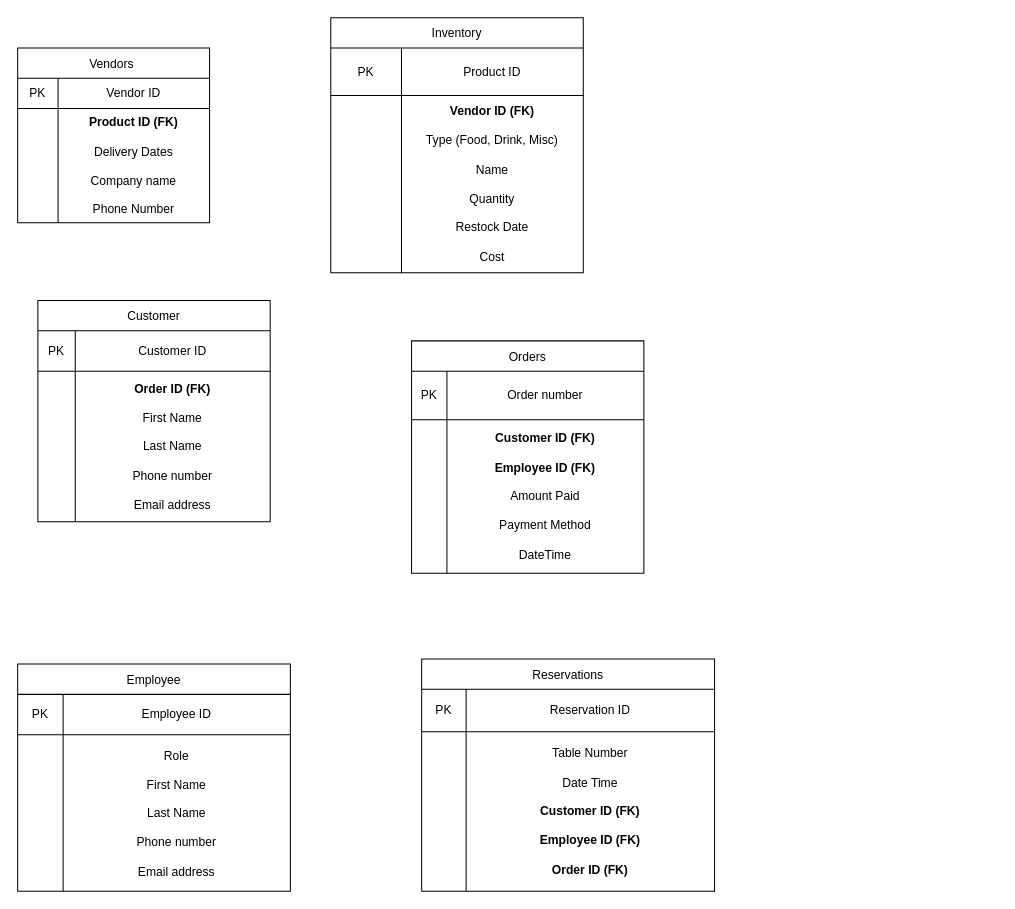
Above: 2.A_Diagramming Your Database_Guerrero.V.drawio in Vanessa-Guerrero/W2_Exercises (draw.io), before the change. Source tidied: cells renumbered, new cells numbered last; positions are measured from the earlier drawing's top-left corner, leaving out a move shared by most shapes. Both pictures are drawn from the tidied source at 101%, with x=0, y=0 at pixel (17, 17).
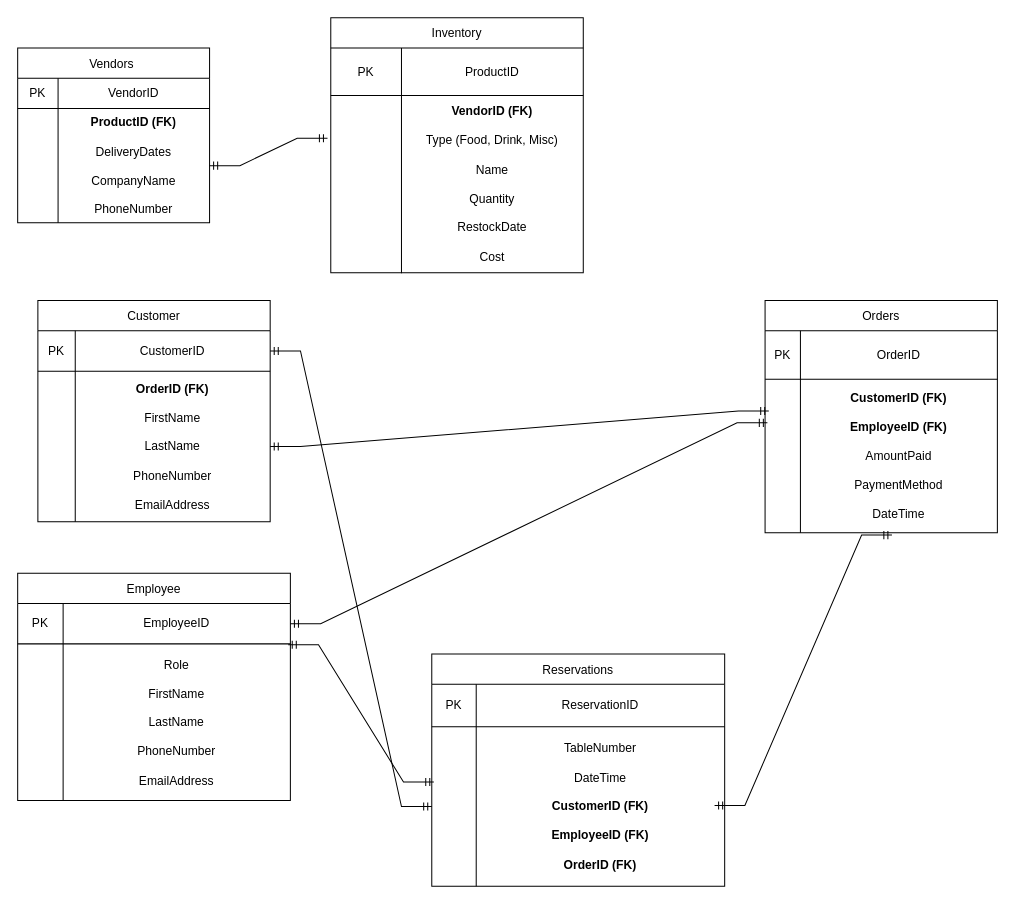
Above is the later version.

The change refers to these unchanged cells:
```xml
<mxCell id="3" style="shape=tableRow;horizontal=0;startSize=0;swimlaneHead=0;swimlaneBody=0;strokeColor=inherit;top=0;left=0;bottom=0;right=0;fillColor=none;" parent="2" vertex="1">
  <mxGeometry y="30" width="190" height="30" as="geometry" />
</mxCell>
<mxCell id="6" style="shape=tableRow;horizontal=0;startSize=0;swimlaneHead=0;swimlaneBody=0;strokeColor=inherit;top=0;left=0;bottom=0;right=0;fillColor=none;points=[[0,0.5],[1,0.5]];portConstraint=eastwest;" parent="2" vertex="1">
  <mxGeometry y="60" width="190" height="113" as="geometry" />
</mxCell>
<mxCell id="10" style="shape=tableRow;horizontal=0;startSize=0;swimlaneHead=0;swimlaneBody=0;strokeColor=inherit;top=0;left=0;bottom=0;right=0;fillColor=none;" parent="9" vertex="1">
  <mxGeometry y="30" width="230" height="48" as="geometry" />
</mxCell>
<mxCell id="13" style="shape=tableRow;horizontal=0;startSize=0;swimlaneHead=0;swimlaneBody=0;strokeColor=inherit;top=0;left=0;bottom=0;right=0;fillColor=none;points=[[0,0.5],[1,0.5]];portConstraint=eastwest;" parent="9" vertex="1">
  <mxGeometry y="78" width="230" height="152" as="geometry" />
</mxCell>
<mxCell id="17" style="shape=tableRow;horizontal=0;startSize=0;swimlaneHead=0;swimlaneBody=0;strokeColor=inherit;top=0;left=0;bottom=0;right=0;fillColor=none;points=[[0,0.5],[1,0.5]];portConstraint=eastwest;" parent="16" vertex="1">
  <mxGeometry y="30" width="230" height="40" as="geometry" />
</mxCell>
<mxCell id="20" style="shape=tableRow;horizontal=0;startSize=0;swimlaneHead=0;swimlaneBody=0;strokeColor=inherit;top=0;left=0;bottom=0;right=0;fillColor=none;points=[[0,0.5],[1,0.5]];portConstraint=eastwest;" parent="16" vertex="1">
  <mxGeometry y="70" width="230" height="149" as="geometry" />
</mxCell>
<mxCell id="24" style="shape=tableRow;horizontal=0;startSize=0;swimlaneHead=0;swimlaneBody=0;strokeColor=inherit;top=0;left=0;bottom=0;right=0;fillColor=none;points=[[0,0.5],[1,0.5]];portConstraint=eastwest;" parent="23" vertex="1">
  <mxGeometry y="30" width="270" height="40" as="geometry" />
</mxCell>
<mxCell id="27" style="shape=tableRow;horizontal=0;startSize=0;swimlaneHead=0;swimlaneBody=0;strokeColor=inherit;top=0;left=0;bottom=0;right=0;fillColor=none;" parent="23" vertex="1">
  <mxGeometry y="70" width="270" height="155" as="geometry" />
</mxCell>
<mxCell id="31" style="shape=tableRow;horizontal=0;startSize=0;swimlaneHead=0;swimlaneBody=0;strokeColor=inherit;top=0;left=0;bottom=0;right=0;fillColor=none;" parent="30" vertex="1">
  <mxGeometry y="30" width="250" height="47" as="geometry" />
</mxCell>
<mxCell id="34" style="shape=tableRow;horizontal=0;startSize=0;swimlaneHead=0;swimlaneBody=0;strokeColor=inherit;top=0;left=0;bottom=0;right=0;fillColor=none;points=[[0,0.5],[1,0.5]];portConstraint=eastwest;" parent="30" vertex="1">
  <mxGeometry y="77" width="250" height="176" as="geometry" />
</mxCell>
<mxCell id="38" style="shape=tableRow;horizontal=0;startSize=0;swimlaneHead=0;swimlaneBody=0;strokeColor=inherit;top=0;left=0;bottom=0;right=0;fillColor=none;" parent="37" vertex="1">
  <mxGeometry y="30" width="290" height="42" as="geometry" />
</mxCell>
<mxCell id="41" style="shape=tableRow;horizontal=0;startSize=0;swimlaneHead=0;swimlaneBody=0;strokeColor=inherit;top=0;left=0;bottom=0;right=0;fillColor=none;points=[[0,0.5],[1,0.5]];portConstraint=eastwest;" parent="37" vertex="1">
  <mxGeometry y="72" width="290" height="158" as="geometry" />
</mxCell>
```

Diff of the diagram source:
```diff
@@
-    <mxCell id="5" value="Vendor ID" style="shape=partialRectangle;html=1;whiteSpace=wrap;strokeColor=inherit;overflow=hidden;fillColor=none;top=0;left=0;bottom=0;right=0;" parent="3" vertex="1">
+    <mxCell id="5" value="VendorID" style="shape=partialRectangle;html=1;whiteSpace=wrap;strokeColor=inherit;overflow=hidden;fillColor=none;top=0;left=0;bottom=0;right=0;" parent="3" vertex="1">
       <mxGeometry x="40" width="150" height="30" as="geometry" />
     </mxCell>
@@
-    <mxCell id="8" value="&lt;b&gt;Product ID (FK)&lt;/b&gt;&lt;div&gt;&lt;b&gt;&lt;br&gt;&lt;/b&gt;&lt;/div&gt;&lt;div&gt;Delivery Dates&lt;/div&gt;&lt;div&gt;&lt;br&gt;&lt;/div&gt;&lt;div&gt;Company name&lt;br&gt;&lt;/div&gt;&lt;div&gt;&lt;br&gt;&lt;/div&gt;&lt;div&gt;Phone Number&lt;/div&gt;" style="shape=partialRectangle;html=1;whiteSpace=wrap;strokeColor=inherit;overflow=hidden;fillColor=none;top=0;left=0;bottom=0;right=0;" parent="6" vertex="1">
+    <mxCell id="8" value="&lt;b&gt;ProductID (FK)&lt;/b&gt;&lt;div&gt;&lt;b&gt;&lt;br&gt;&lt;/b&gt;&lt;/div&gt;&lt;div&gt;DeliveryDates&lt;/div&gt;&lt;div&gt;&lt;br&gt;&lt;/div&gt;&lt;div&gt;CompanyName&lt;br&gt;&lt;/div&gt;&lt;div&gt;&lt;br&gt;&lt;/div&gt;&lt;div&gt;PhoneNumber&lt;/div&gt;" style="shape=partialRectangle;html=1;whiteSpace=wrap;strokeColor=inherit;overflow=hidden;fillColor=none;top=0;left=0;bottom=0;right=0;" parent="6" vertex="1">
       <mxGeometry x="40" width="150" height="113" as="geometry" />
     </mxCell>
     <mxCell id="9" value="Orders" style="shape=table;startSize=30;childLayout=tableLayout;" parent="1" vertex="1">
-      <mxGeometry x="390" y="320" width="230" height="230" as="geometry" />
+      <mxGeometry x="740" y="280" width="230" height="230" as="geometry" />
     </mxCell>
@@
-    <mxCell id="12" value="Order number" style="shape=partialRectangle;html=1;whiteSpace=wrap;strokeColor=inherit;overflow=hidden;fillColor=none;top=0;left=0;bottom=0;right=0;" parent="10" vertex="1">
+    <mxCell id="12" value="OrderID" style="shape=partialRectangle;html=1;whiteSpace=wrap;strokeColor=inherit;overflow=hidden;fillColor=none;top=0;left=0;bottom=0;right=0;" parent="10" vertex="1">
       <mxGeometry x="35" width="195" height="48" as="geometry" />
     </mxCell>
@@
-    <mxCell id="15" value="&lt;div&gt;&lt;b&gt;Customer ID&lt;/b&gt; &lt;b&gt;(FK)&lt;/b&gt;&lt;/div&gt;&lt;div&gt;&lt;br&gt;&lt;/div&gt;&lt;div&gt;&lt;b&gt;Employee ID (FK)&lt;/b&gt;&lt;/div&gt;&lt;div&gt;&lt;br&gt;&lt;/div&gt;Amount Paid&lt;div&gt;&lt;br&gt;&lt;div&gt;Payment Method&lt;br&gt;&lt;/div&gt;&lt;/div&gt;&lt;div&gt;&lt;br&gt;&lt;/div&gt;&lt;div&gt;DateTime&lt;br&gt;&lt;/div&gt;" style="shape=partialRectangle;html=1;whiteSpace=wrap;strokeColor=inherit;overflow=hidden;fillColor=none;top=0;left=0;bottom=0;right=0;" parent="13" vertex="1">
+    <mxCell id="15" value="&lt;div&gt;&lt;b&gt;CustomerID&lt;/b&gt; &lt;b&gt;(FK)&lt;/b&gt;&lt;/div&gt;&lt;div&gt;&lt;br&gt;&lt;/div&gt;&lt;div&gt;&lt;b&gt;EmployeeID (FK)&lt;/b&gt;&lt;/div&gt;&lt;div&gt;&lt;br&gt;&lt;/div&gt;AmountPaid&lt;div&gt;&lt;br&gt;&lt;div&gt;PaymentMethod&lt;br&gt;&lt;/div&gt;&lt;/div&gt;&lt;div&gt;&lt;br&gt;&lt;/div&gt;&lt;div&gt;DateTime&lt;br&gt;&lt;/div&gt;" style="shape=partialRectangle;html=1;whiteSpace=wrap;strokeColor=inherit;overflow=hidden;fillColor=none;top=0;left=0;bottom=0;right=0;" parent="13" vertex="1">
       <mxGeometry x="35" width="195" height="152" as="geometry" />
     </mxCell>
@@
-    <mxCell id="19" value="Customer ID" style="shape=partialRectangle;html=1;whiteSpace=wrap;strokeColor=inherit;overflow=hidden;fillColor=none;top=0;left=0;bottom=0;right=0;" parent="17" vertex="1">
+    <mxCell id="19" value="CustomerID" style="shape=partialRectangle;html=1;whiteSpace=wrap;strokeColor=inherit;overflow=hidden;fillColor=none;top=0;left=0;bottom=0;right=0;" parent="17" vertex="1">
       <mxGeometry x="37" width="193" height="40" as="geometry" />
     </mxCell>
@@
-    <mxCell id="22" value="&lt;div&gt;&lt;b&gt;Order ID (FK)&lt;/b&gt;&lt;/div&gt;&lt;div&gt;&lt;br&gt;&lt;/div&gt;First Name&lt;div&gt;&lt;br&gt;&lt;/div&gt;&lt;div&gt;Last Name&lt;/div&gt;&lt;div&gt;&lt;br&gt;&lt;/div&gt;&lt;div&gt;Phone number&lt;/div&gt;&lt;div&gt;&lt;br&gt;&lt;/div&gt;&lt;div&gt;Email address&lt;/div&gt;" style="shape=partialRectangle;html=1;whiteSpace=wrap;strokeColor=inherit;overflow=hidden;fillColor=none;top=0;left=0;bottom=0;right=0;" parent="20" vertex="1">
+    <mxCell id="22" value="&lt;div&gt;&lt;b&gt;OrderID (FK)&lt;/b&gt;&lt;/div&gt;&lt;div&gt;&lt;br&gt;&lt;/div&gt;FirstName&lt;div&gt;&lt;br&gt;&lt;/div&gt;&lt;div&gt;LastName&lt;/div&gt;&lt;div&gt;&lt;br&gt;&lt;/div&gt;&lt;div&gt;PhoneNumber&lt;/div&gt;&lt;div&gt;&lt;br&gt;&lt;/div&gt;&lt;div&gt;EmailAddress&lt;/div&gt;" style="shape=partialRectangle;html=1;whiteSpace=wrap;strokeColor=inherit;overflow=hidden;fillColor=none;top=0;left=0;bottom=0;right=0;" parent="20" vertex="1">
       <mxGeometry x="37" width="193" height="149" as="geometry" />
     </mxCell>
     <mxCell id="23" value="Employee" style="shape=table;startSize=30;childLayout=tableLayout;" parent="1" vertex="1">
-      <mxGeometry y="640" width="270" height="225" as="geometry" />
+      <mxGeometry y="550" width="270" height="225" as="geometry" />
     </mxCell>
@@
-    <mxCell id="26" value="Employee ID" style="shape=partialRectangle;html=1;whiteSpace=wrap;strokeColor=inherit;overflow=hidden;fillColor=none;top=0;left=0;bottom=0;right=0;" parent="24" vertex="1">
+    <mxCell id="26" value="EmployeeID" style="shape=partialRectangle;html=1;whiteSpace=wrap;strokeColor=inherit;overflow=hidden;fillColor=none;top=0;left=0;bottom=0;right=0;" parent="24" vertex="1">
       <mxGeometry x="45" width="225" height="40" as="geometry" />
     </mxCell>
@@
-    <mxCell id="29" value="&lt;div&gt;Role&lt;/div&gt;&lt;div&gt;&lt;br&gt;&lt;/div&gt;First Name&lt;div&gt;&lt;br&gt;&lt;/div&gt;&lt;div&gt;Last Name&lt;/div&gt;&lt;div&gt;&lt;br&gt;&lt;/div&gt;&lt;div&gt;Phone number&lt;/div&gt;&lt;div&gt;&lt;br&gt;&lt;/div&gt;&lt;div&gt;Email address&lt;/div&gt;" style="shape=partialRectangle;html=1;whiteSpace=wrap;strokeColor=inherit;overflow=hidden;fillColor=none;top=0;left=0;bottom=0;right=0;" parent="27" vertex="1">
+    <mxCell id="29" value="&lt;div&gt;Role&lt;/div&gt;&lt;div&gt;&lt;br&gt;&lt;/div&gt;FirstName&lt;div&gt;&lt;br&gt;&lt;/div&gt;&lt;div&gt;LastName&lt;/div&gt;&lt;div&gt;&lt;br&gt;&lt;/div&gt;&lt;div&gt;PhoneNumber&lt;/div&gt;&lt;div&gt;&lt;br&gt;&lt;/div&gt;&lt;div&gt;EmailAddress&lt;/div&gt;" style="shape=partialRectangle;html=1;whiteSpace=wrap;strokeColor=inherit;overflow=hidden;fillColor=none;top=0;left=0;bottom=0;right=0;" parent="27" vertex="1">
       <mxGeometry x="45" width="225" height="155" as="geometry" />
     </mxCell>
@@
-    <mxCell id="33" value="Product ID" style="shape=partialRectangle;html=1;whiteSpace=wrap;strokeColor=inherit;overflow=hidden;fillColor=none;top=0;left=0;bottom=0;right=0;" parent="31" vertex="1">
+    <mxCell id="33" value="ProductID" style="shape=partialRectangle;html=1;whiteSpace=wrap;strokeColor=inherit;overflow=hidden;fillColor=none;top=0;left=0;bottom=0;right=0;" parent="31" vertex="1">
       <mxGeometry x="70" width="180" height="47" as="geometry" />
     </mxCell>
@@
-    <mxCell id="36" value="&lt;div&gt;&lt;b&gt;Vendor ID (FK)&lt;/b&gt;&lt;/div&gt;&lt;div&gt;&lt;br&gt;&lt;/div&gt;Type (Food, Drink, Misc)&lt;div&gt;&lt;br&gt;&lt;/div&gt;&lt;div&gt;Name&lt;br&gt;&lt;div&gt;&lt;br&gt;&lt;/div&gt;&lt;div&gt;Quantity&lt;/div&gt;&lt;div&gt;&lt;br&gt;&lt;/div&gt;&lt;div&gt;Restock Date&lt;/div&gt;&lt;/div&gt;&lt;div&gt;&lt;br&gt;&lt;/div&gt;&lt;div&gt;Cost&lt;/div&gt;" style="shape=partialRectangle;html=1;whiteSpace=wrap;strokeColor=inherit;overflow=hidden;fillColor=none;top=0;left=0;bottom=0;right=0;" parent="34" vertex="1">
+    <mxCell id="36" value="&lt;div&gt;&lt;b&gt;VendorID (FK)&lt;/b&gt;&lt;/div&gt;&lt;div&gt;&lt;br&gt;&lt;/div&gt;Type (Food, Drink, Misc)&lt;div&gt;&lt;br&gt;&lt;/div&gt;&lt;div&gt;Name&lt;br&gt;&lt;div&gt;&lt;br&gt;&lt;/div&gt;&lt;div&gt;Quantity&lt;/div&gt;&lt;div&gt;&lt;br&gt;&lt;/div&gt;&lt;div&gt;RestockDate&lt;/div&gt;&lt;/div&gt;&lt;div&gt;&lt;br&gt;&lt;/div&gt;&lt;div&gt;Cost&lt;/div&gt;" style="shape=partialRectangle;html=1;whiteSpace=wrap;strokeColor=inherit;overflow=hidden;fillColor=none;top=0;left=0;bottom=0;right=0;" parent="34" vertex="1">
       <mxGeometry x="70" width="180" height="176" as="geometry" />
     </mxCell>
     <mxCell id="37" value="Reservations" style="shape=table;startSize=30;childLayout=tableLayout;" parent="1" vertex="1">
-      <mxGeometry x="400" y="635" width="290" height="230" as="geometry" />
+      <mxGeometry x="410" y="630" width="290" height="230" as="geometry" />
     </mxCell>
@@
-    <mxCell id="40" value="Reservation ID" style="shape=partialRectangle;html=1;whiteSpace=wrap;strokeColor=inherit;overflow=hidden;fillColor=none;top=0;left=0;bottom=0;right=0;" parent="38" vertex="1">
+    <mxCell id="40" value="ReservationID" style="shape=partialRectangle;html=1;whiteSpace=wrap;strokeColor=inherit;overflow=hidden;fillColor=none;top=0;left=0;bottom=0;right=0;" parent="38" vertex="1">
       <mxGeometry x="44" width="246" height="42" as="geometry" />
     </mxCell>
@@
-    <mxCell id="43" value="Table Number&lt;div&gt;&lt;br&gt;&lt;/div&gt;&lt;div&gt;Date Time&lt;/div&gt;&lt;div&gt;&lt;br&gt;&lt;/div&gt;&lt;div&gt;&lt;b&gt;Customer ID (FK)&lt;/b&gt;&lt;/div&gt;&lt;div&gt;&lt;b&gt;&lt;br&gt;&lt;/b&gt;&lt;/div&gt;&lt;div&gt;&lt;b&gt;Employee ID&amp;nbsp;&lt;/b&gt;&lt;b&gt;(FK)&lt;/b&gt;&lt;b&gt;&lt;br&gt;&lt;br&gt;&lt;/b&gt;&lt;/div&gt;&lt;div&gt;&lt;b&gt;Order ID&amp;nbsp;&lt;/b&gt;&lt;b style=&quot;background-color: initial;&quot;&gt;(FK)&lt;/b&gt;&lt;/div&gt;" style="shape=partialRectangle;html=1;whiteSpace=wrap;strokeColor=inherit;overflow=hidden;fillColor=none;top=0;left=0;bottom=0;right=0;" parent="41" vertex="1">
+    <mxCell id="43" value="TableNumber&lt;div&gt;&lt;br&gt;&lt;/div&gt;&lt;div&gt;DateTime&lt;/div&gt;&lt;div&gt;&lt;br&gt;&lt;/div&gt;&lt;div&gt;&lt;b&gt;CustomerID (FK)&lt;/b&gt;&lt;/div&gt;&lt;div&gt;&lt;b&gt;&lt;br&gt;&lt;/b&gt;&lt;/div&gt;&lt;div&gt;&lt;b&gt;EmployeeID&amp;nbsp;&lt;/b&gt;&lt;b&gt;(FK)&lt;/b&gt;&lt;b&gt;&lt;br&gt;&lt;br&gt;&lt;/b&gt;&lt;/div&gt;&lt;div&gt;&lt;b&gt;OrderID&amp;nbsp;&lt;/b&gt;&lt;b style=&quot;background-color: initial;&quot;&gt;(FK)&lt;/b&gt;&lt;/div&gt;" style="shape=partialRectangle;html=1;whiteSpace=wrap;strokeColor=inherit;overflow=hidden;fillColor=none;top=0;left=0;bottom=0;right=0;" parent="41" vertex="1">
       <mxGeometry x="44" width="246" height="158" as="geometry" />
     </mxCell>
+    <mxCell id="44" style="edgeStyle=entityRelationEdgeStyle;fontSize=12;html=1;endArrow=ERmandOne;startArrow=ERmandOne;rounded=0;entryX=-0.013;entryY=0.241;entryDx=0;entryDy=0;entryPerimeter=0;" parent="1" edge="1" source="6" target="34">
+      <mxGeometry relative="1" as="geometry" />
+    </mxCell>
+    <mxCell id="45" style="edgeStyle=entityRelationEdgeStyle;fontSize=12;html=1;endArrow=ERmandOne;startArrow=ERmandOne;rounded=0;entryX=0.016;entryY=0.207;entryDx=0;entryDy=0;entryPerimeter=0;" parent="1" edge="1" source="20" target="13">
+      <mxGeometry relative="1" as="geometry">
+        <Array as="points">
+          <mxPoint x="380" y="380" />
+        </Array>
+      </mxGeometry>
+    </mxCell>
+    <mxCell id="46" style="edgeStyle=entityRelationEdgeStyle;fontSize=12;html=1;endArrow=ERmandOne;startArrow=ERmandOne;rounded=0;entryX=0.01;entryY=0.284;entryDx=0;entryDy=0;entryPerimeter=0;" parent="1" edge="1" source="24" target="13">
+      <mxGeometry relative="1" as="geometry" />
+    </mxCell>
+    <mxCell id="47" style="edgeStyle=entityRelationEdgeStyle;fontSize=12;html=1;endArrow=ERmandOne;startArrow=ERmandOne;rounded=0;entryX=0.633;entryY=1.015;entryDx=0;entryDy=0;entryPerimeter=0;" parent="1" edge="1">
+      <mxGeometry relative="1" as="geometry">
+        <mxPoint x="690" y="780" as="sourcePoint" />
+        <mxPoint x="865.6" y="512.3" as="targetPoint" />
+      </mxGeometry>
+    </mxCell>
+    <mxCell id="48" style="edgeStyle=entityRelationEdgeStyle;fontSize=12;html=1;endArrow=ERmandOne;startArrow=ERmandOne;rounded=0;exitX=1;exitY=0.5;exitDx=0;exitDy=0;" parent="1" edge="1" source="17" target="41">
+      <mxGeometry relative="1" as="geometry" />
+    </mxCell>
+    <mxCell id="49" style="edgeStyle=entityRelationEdgeStyle;fontSize=12;html=1;endArrow=ERmandOne;startArrow=ERmandOne;rounded=0;exitX=0.992;exitY=1.02;exitDx=0;exitDy=0;exitPerimeter=0;entryX=0.007;entryY=0.347;entryDx=0;entryDy=0;entryPerimeter=0;" parent="1" edge="1" source="24" target="41">
+      <mxGeometry relative="1" as="geometry">
+        <Array as="points">
+          <mxPoint x="380" y="700" />
+        </Array>
+      </mxGeometry>
+    </mxCell>
```
